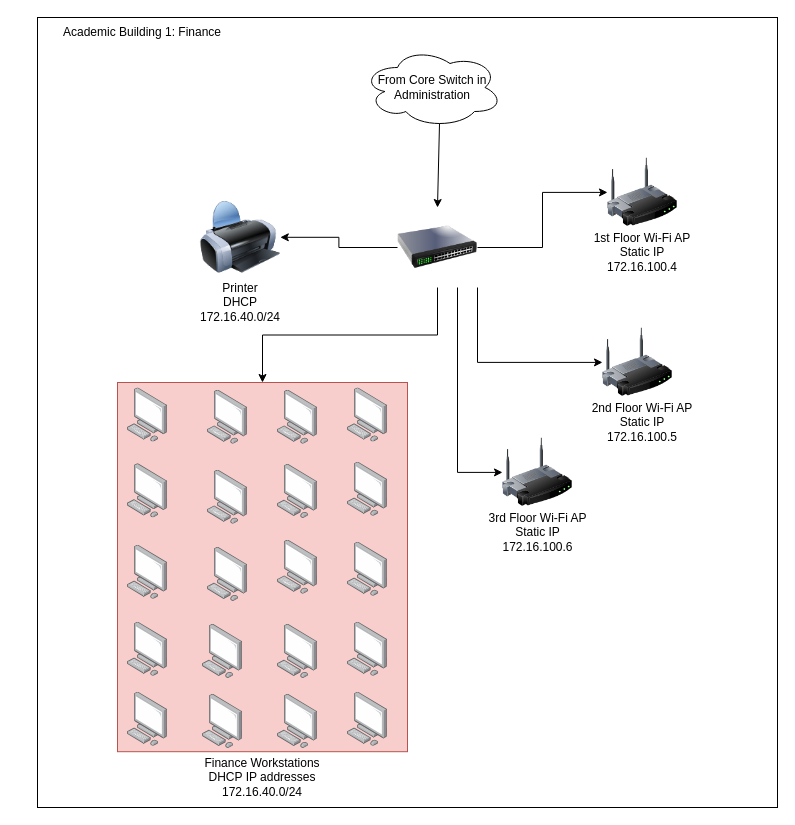
rizzle197/Network-Diagrams keeps this draw.io diagram as AcademicBldg1.drawio. Above is the earlier version. Source tidied: cells renumbered, new cells numbered last; positions are measured from the earlier drawing's top-left corner, leaving out a move shared by most shapes. Both pictures are drawn from the tidied source at 100%, with x=0, y=0 at pixel (17, 17).
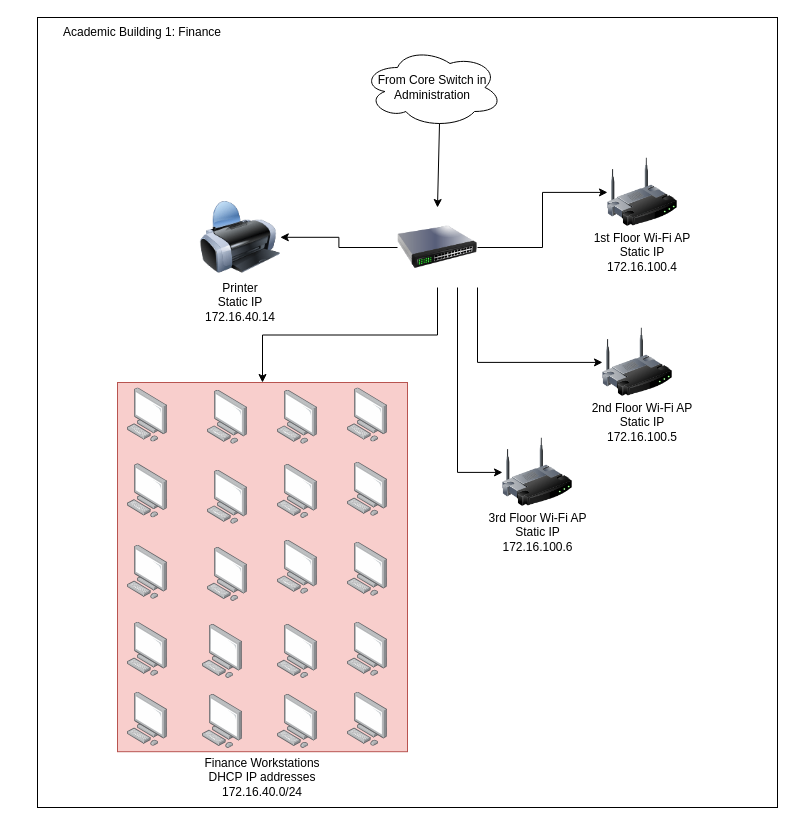
Above is the later version.

What changed in the source:
```diff
@@
-    <mxCell id="37" value="Printer&lt;div&gt;DHCP&lt;/div&gt;&lt;div&gt;172.16.40.0/24&lt;/div&gt;" style="text;html=1;whiteSpace=wrap;strokeColor=none;fillColor=none;align=center;verticalAlign=middle;rounded=0;" parent="1" vertex="1">
+    <mxCell id="37" value="Printer&lt;div&gt;Static IP&lt;/div&gt;&lt;div&gt;172.16.40.14&lt;/div&gt;" style="text;html=1;whiteSpace=wrap;strokeColor=none;fillColor=none;align=center;verticalAlign=middle;rounded=0;" parent="1" vertex="1">
       <mxGeometry x="192.8" y="270" width="60" height="30" as="geometry" />
     </mxCell>
```
